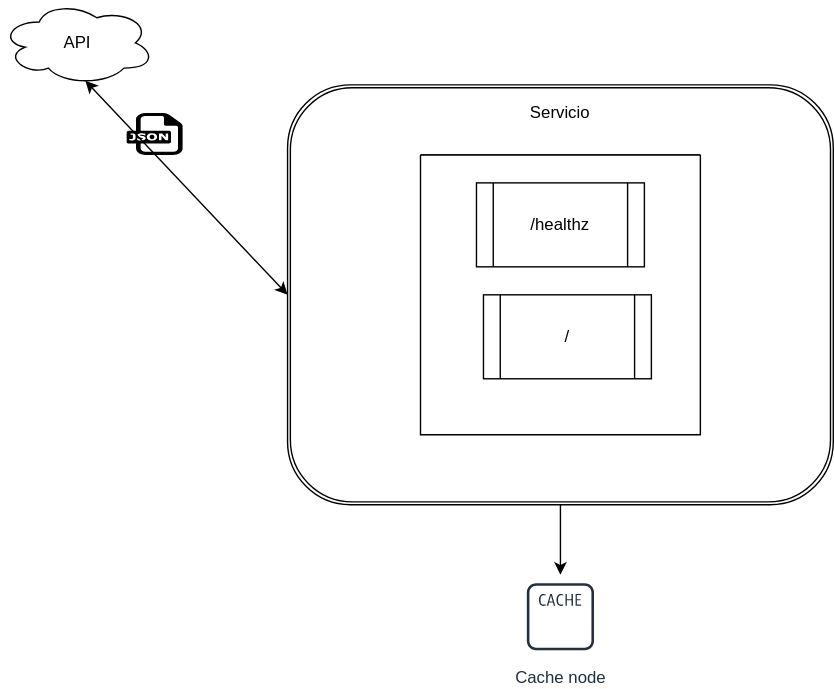
The draw.io diagram diagrama.drawio.svg in eynson/hackathon21, before a commit. Source tidied: cells renumbered, new cells last; positions are measured from the earlier drawing's top-left corner, leaving out a move shared by most shapes. Its diagram source:
```xml
<mxGraphModel>
  <root>
    <mxCell id="0" />
    <mxCell id="1" parent="0" />
    <mxCell id="2" style="edgeStyle=orthogonalEdgeStyle;rounded=0;jettySize=auto;html=1;exitX=0.5;exitY=1;exitDx=0;exitDy=0;" parent="1" edge="1" source="3" target="10">
      <mxGeometry relative="1" as="geometry" />
    </mxCell>
    <mxCell id="3" style="shape=ext;double=1;rounded=1;whiteSpace=wrap;html=1;" parent="1" vertex="1">
      <mxGeometry x="205" y="60" width="390" height="300" as="geometry" />
    </mxCell>
    <mxCell id="4" value="API&lt;br&gt;" style="ellipse;shape=cloud;whiteSpace=wrap;html=1;" parent="1" vertex="1">
      <mxGeometry width="110" height="60" as="geometry" />
    </mxCell>
    <mxCell id="5" style="dashed=0;html=1;align=center;labelPosition=center;verticalLabelPosition=bottom;verticalAlign=top;shape=mxgraph.weblogos.json;" parent="1" vertex="1">
      <mxGeometry x="90" y="80" width="40" height="30" as="geometry" />
    </mxCell>
    <mxCell id="6" style="swimlane;startSize=0;" parent="1" vertex="1">
      <mxGeometry x="300" y="110" width="200" height="200" as="geometry" />
    </mxCell>
    <mxCell id="7" value="/healthz" style="shape=process;whiteSpace=wrap;html=1;backgroundOutline=1;" parent="6" vertex="1">
      <mxGeometry x="40" y="20" width="120" height="60" as="geometry" />
    </mxCell>
    <mxCell id="8" value="/" style="shape=process;whiteSpace=wrap;html=1;backgroundOutline=1;" parent="6" vertex="1">
      <mxGeometry x="45" y="100" width="120" height="60" as="geometry" />
    </mxCell>
    <mxCell id="9" style="endArrow=classic;startArrow=classic;html=1;exitX=0;exitY=0.5;exitDx=0;exitDy=0;entryX=0.55;entryY=0.95;entryDx=0;entryDy=0;entryPerimeter=0;" parent="1" edge="1" source="3" target="4">
      <mxGeometry relative="1" as="geometry" />
    </mxCell>
    <mxCell id="10" value="Cache node" style="outlineConnect=0;fontColor=#232F3E;gradientColor=none;strokeColor=#232F3E;fillColor=#ffffff;dashed=0;verticalLabelPosition=bottom;verticalAlign=top;align=center;html=1;fontSize=12;fontStyle=0;shape=mxgraph.aws4.resourceIcon;resIcon=mxgraph.aws4.cache_node;" parent="1" vertex="1">
      <mxGeometry x="370" y="410" width="60" height="60" as="geometry" />
    </mxCell>
    <mxCell id="11" value="Servicio" style="text;html=1;strokeColor=none;fillColor=none;align=center;verticalAlign=middle;whiteSpace=wrap;rounded=0;" parent="1" vertex="1">
      <mxGeometry x="380" y="70" width="40" height="20" as="geometry" />
    </mxCell>
  </root>
</mxGraphModel>
```
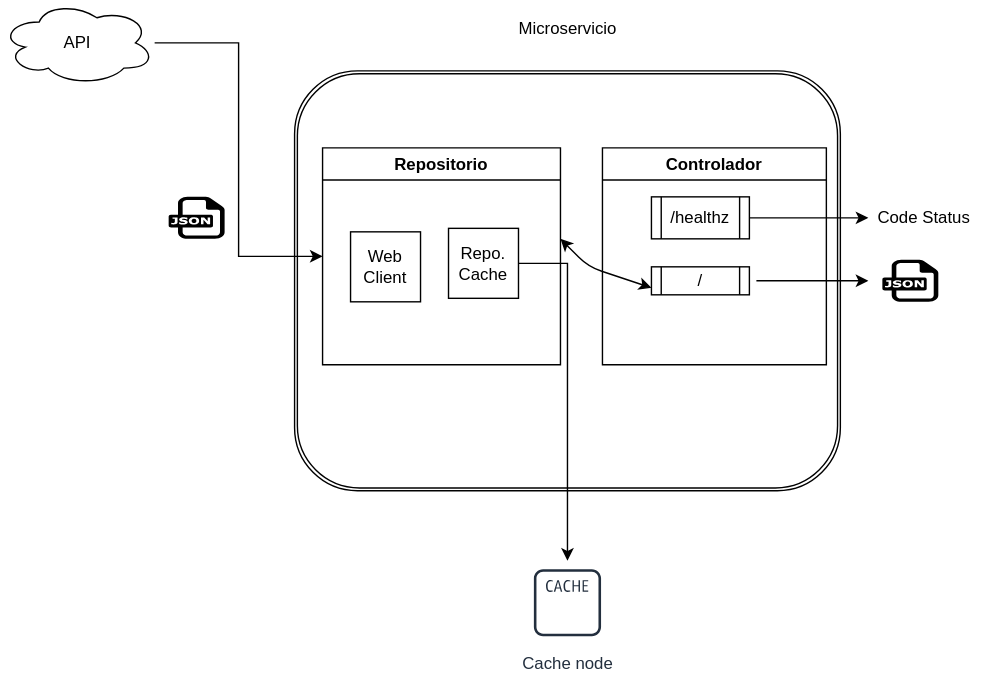
Above is the later version.

Change to the diagram source:
```diff
@@ -2,35 +2,75 @@
   <root>
     <mxCell id="0" />
     <mxCell id="1" parent="0" />
-    <mxCell id="2" style="edgeStyle=orthogonalEdgeStyle;rounded=0;jettySize=auto;html=1;exitX=0.5;exitY=1;exitDx=0;exitDy=0;" parent="1" edge="1" source="3" target="10">
-      <mxGeometry relative="1" as="geometry" />
-    </mxCell>
     <mxCell id="3" style="shape=ext;double=1;rounded=1;whiteSpace=wrap;html=1;" parent="1" vertex="1">
-      <mxGeometry x="205" y="60" width="390" height="300" as="geometry" />
+      <mxGeometry x="210" y="50" width="390" height="300" as="geometry" />
     </mxCell>
+    <mxCell id="12" style="edgeStyle=orthogonalEdgeStyle;rounded=0;jettySize=auto;html=1;entryX=0;entryY=0.5;entryDx=0;entryDy=0;" parent="1" edge="1" source="4" target="14">
+      <mxGeometry relative="1" as="geometry" />
+    </mxCell>
     <mxCell id="4" value="API&lt;br&gt;" style="ellipse;shape=cloud;whiteSpace=wrap;html=1;" parent="1" vertex="1">
       <mxGeometry width="110" height="60" as="geometry" />
     </mxCell>
     <mxCell id="5" style="dashed=0;html=1;align=center;labelPosition=center;verticalLabelPosition=bottom;verticalAlign=top;shape=mxgraph.weblogos.json;" parent="1" vertex="1">
-      <mxGeometry x="90" y="80" width="40" height="30" as="geometry" />
+      <mxGeometry x="120" y="140" width="40" height="30" as="geometry" />
     </mxCell>
-    <mxCell id="6" style="swimlane;startSize=0;" parent="1" vertex="1">
-      <mxGeometry x="300" y="110" width="200" height="200" as="geometry" />
-    </mxCell>
-    <mxCell id="7" value="/healthz" style="shape=process;whiteSpace=wrap;html=1;backgroundOutline=1;" parent="6" vertex="1">
-      <mxGeometry x="40" y="20" width="120" height="60" as="geometry" />
-    </mxCell>
-    <mxCell id="8" value="/" style="shape=process;whiteSpace=wrap;html=1;backgroundOutline=1;" parent="6" vertex="1">
-      <mxGeometry x="45" y="100" width="120" height="60" as="geometry" />
-    </mxCell>
-    <mxCell id="9" style="endArrow=classic;startArrow=classic;html=1;exitX=0;exitY=0.5;exitDx=0;exitDy=0;entryX=0.55;entryY=0.95;entryDx=0;entryDy=0;entryPerimeter=0;" parent="1" edge="1" source="3" target="4">
-      <mxGeometry relative="1" as="geometry" />
-    </mxCell>
     <mxCell id="10" value="Cache node" style="outlineConnect=0;fontColor=#232F3E;gradientColor=none;strokeColor=#232F3E;fillColor=#ffffff;dashed=0;verticalLabelPosition=bottom;verticalAlign=top;align=center;html=1;fontSize=12;fontStyle=0;shape=mxgraph.aws4.resourceIcon;resIcon=mxgraph.aws4.cache_node;" parent="1" vertex="1">
-      <mxGeometry x="370" y="410" width="60" height="60" as="geometry" />
+      <mxGeometry x="375" y="400" width="60" height="60" as="geometry" />
     </mxCell>
-    <mxCell id="11" value="Servicio" style="text;html=1;strokeColor=none;fillColor=none;align=center;verticalAlign=middle;whiteSpace=wrap;rounded=0;" parent="1" vertex="1">
-      <mxGeometry x="380" y="70" width="40" height="20" as="geometry" />
+    <mxCell id="11" value="Microservicio" style="text;html=1;strokeColor=none;fillColor=none;align=center;verticalAlign=middle;whiteSpace=wrap;rounded=0;" parent="1" vertex="1">
+      <mxGeometry x="363" y="10" width="85" height="20" as="geometry" />
     </mxCell>
+    <mxCell id="13" value="Controlador" style="swimlane;" parent="1" vertex="1">
+      <mxGeometry x="430" y="105" width="160" height="155" as="geometry" />
+    </mxCell>
+    <mxCell id="8" value="/" style="shape=process;whiteSpace=wrap;html=1;backgroundOutline=1;" parent="13" vertex="1">
+      <mxGeometry x="35" y="85" width="70" height="20" as="geometry" />
+    </mxCell>
+    <mxCell id="7" value="/healthz" style="shape=process;whiteSpace=wrap;html=1;backgroundOutline=1;" parent="13" vertex="1">
+      <mxGeometry x="35" y="35" width="70" height="30" as="geometry" />
+    </mxCell>
+    <mxCell id="14" value="Repositorio" style="swimlane;" parent="1" vertex="1">
+      <mxGeometry x="230" y="105" width="170" height="155" as="geometry" />
+    </mxCell>
+    <mxCell id="15" value="Repo.&lt;br&gt;Cache" style="whiteSpace=wrap;html=1;" parent="14" vertex="1">
+      <mxGeometry x="90" y="57.5" width="50" height="50" as="geometry" />
+    </mxCell>
+    <mxCell id="16" style="endArrow=classic;html=1;exitX=1;exitY=0.5;exitDx=0;exitDy=0;" parent="1" edge="1" source="7">
+      <mxGeometry relative="1" as="geometry">
+        <mxPoint x="620" y="155" as="targetPoint" />
+      </mxGeometry>
+    </mxCell>
+    <mxCell id="17" value="Code Status" style="text;html=1;strokeColor=none;fillColor=none;align=center;verticalAlign=middle;whiteSpace=wrap;rounded=0;" parent="1" vertex="1">
+      <mxGeometry x="620" y="147.5" width="80" height="15" as="geometry" />
+    </mxCell>
+    <mxCell id="18" style="endArrow=classic;html=1;" parent="1" edge="1" source="3">
+      <mxGeometry relative="1" as="geometry">
+        <mxPoint x="600" y="190" as="targetPoint" />
+      </mxGeometry>
+    </mxCell>
+    <mxCell id="19" style="endArrow=classic;html=1;" parent="1" edge="1">
+      <mxGeometry relative="1" as="geometry">
+        <mxPoint x="540" y="200" as="sourcePoint" />
+        <mxPoint x="620" y="200" as="targetPoint" />
+      </mxGeometry>
+    </mxCell>
+    <mxCell id="20" style="dashed=0;html=1;align=center;labelPosition=center;verticalLabelPosition=bottom;verticalAlign=top;shape=mxgraph.weblogos.json;" parent="1" vertex="1">
+      <mxGeometry x="630" y="185" width="40" height="30" as="geometry" />
+    </mxCell>
+    <mxCell id="21" style="endArrow=classic;startArrow=classic;html=1;exitX=0;exitY=0.75;exitDx=0;exitDy=0;" parent="1" edge="1" source="8">
+      <mxGeometry relative="1" as="geometry">
+        <mxPoint x="400" y="170" as="targetPoint" />
+        <Array as="points">
+          <mxPoint x="420" y="190" />
+          <mxPoint x="400" y="170" />
+        </Array>
+      </mxGeometry>
+    </mxCell>
+    <mxCell id="22" value="Web&lt;br&gt;Client" style="whiteSpace=wrap;html=1;" parent="1" vertex="1">
+      <mxGeometry x="250" y="165" width="50" height="50" as="geometry" />
+    </mxCell>
+    <mxCell id="23" style="edgeStyle=orthogonalEdgeStyle;rounded=0;jettySize=auto;html=1;" parent="1" edge="1" source="15" target="10">
+      <mxGeometry relative="1" as="geometry" />
+    </mxCell>
   </root>
 </mxGraphModel>
```
